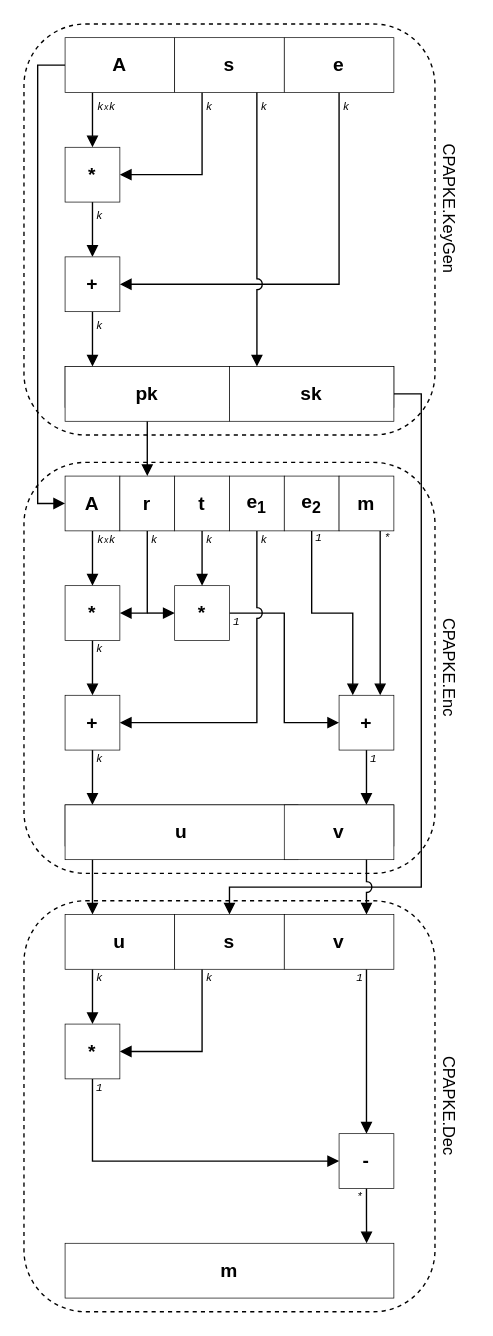
Above: pictures/kyber_all.drawio in SamoKopecky/diploma-thesis-latex (draw.io), before the change. Source tidied: cells renumbered, new cells numbered last; positions are measured from the earlier drawing's top-left corner, leaving out a move shared by most shapes. Both pictures are drawn from the tidied source at 137%, with x=0, y=0 at pixel (23, 23).
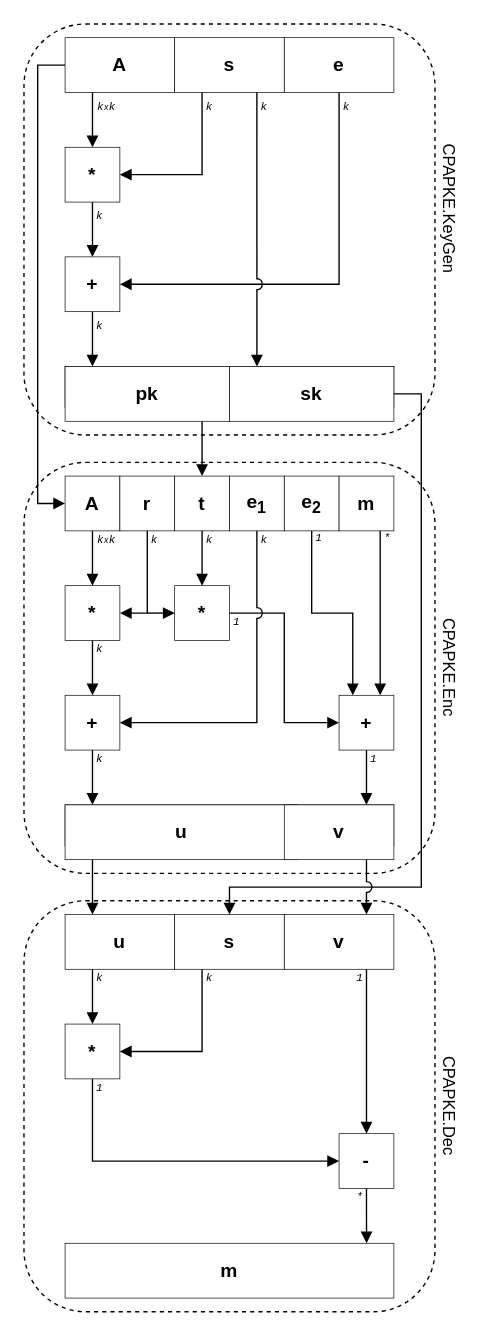
The same page after the edit.

Unchanged cells that the change refers to:
```xml
<mxCell id="8" value="&lt;b&gt;pk&lt;/b&gt;" style="rounded=0;whiteSpace=wrap;html=1;strokeWidth=0.5;fontFamily=Helvetica;fontSize=14;fillColor=default;" parent="1" vertex="1">
  <mxGeometry x="30" y="250" width="120" height="40" as="geometry" />
</mxCell>
<mxCell id="37" value="&lt;b&gt;r&lt;/b&gt;" style="rounded=0;whiteSpace=wrap;html=1;strokeWidth=0.5;fontFamily=Helvetica;fontSize=14;fillColor=default;" parent="35" vertex="1">
  <mxGeometry x="40" width="40" height="40" as="geometry" />
</mxCell>
<mxCell id="38" value="&lt;b&gt;t&lt;/b&gt;" style="rounded=0;whiteSpace=wrap;html=1;strokeWidth=0.5;fontFamily=Helvetica;fontSize=14;fillColor=default;" parent="35" vertex="1">
  <mxGeometry x="80" width="40" height="40" as="geometry" />
</mxCell>
```

Diff of the diagram source:
```diff
@@
-    <mxCell id="7" style="edgeStyle=orthogonalEdgeStyle;rounded=0;jettySize=auto;html=1;entryX=0.5;entryY=0;entryDx=0;entryDy=0;fontFamily=Courier New;fontSize=8;endArrow=block;endFill=1;" parent="1" edge="1" source="8" target="37">
-      <mxGeometry relative="1" as="geometry" />
+    <mxCell id="7" style="edgeStyle=orthogonalEdgeStyle;rounded=0;jettySize=auto;html=1;entryX=0.5;entryY=0;entryDx=0;entryDy=0;fontFamily=Courier New;fontSize=8;endArrow=block;endFill=1;" parent="1" edge="1" source="8" target="38">
+      <mxGeometry relative="1" as="geometry">
+        <Array as="points">
+          <mxPoint x="130" y="300" />
+          <mxPoint x="130" y="300" />
+        </Array>
+      </mxGeometry>
     </mxCell>
```
